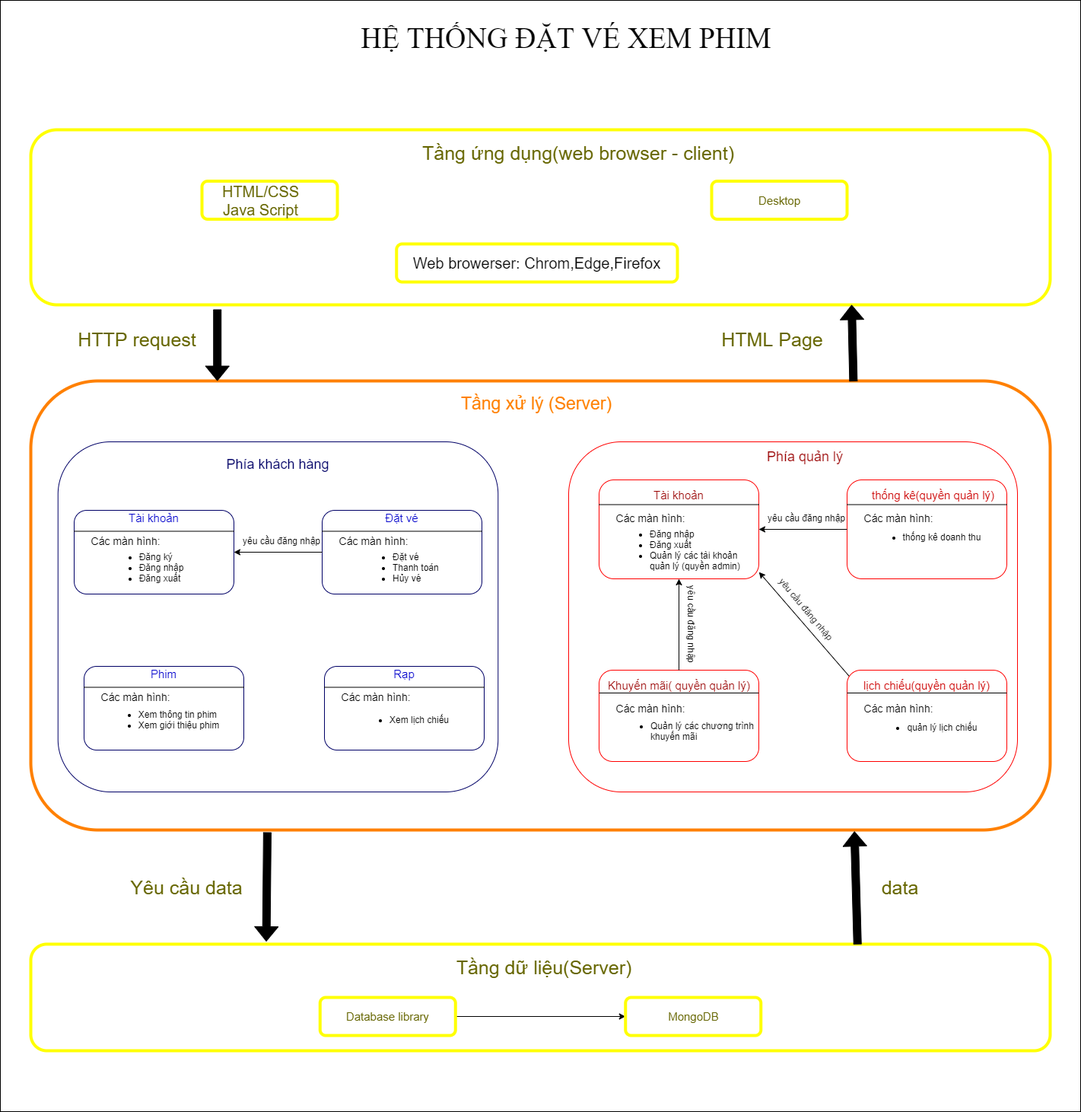
baolongnguyenmac/CinemaManagementSystem keeps this draw.io diagram as Report2_System_Design/image/4.1.png. Above is the earlier version. Source tidied: cells renumbered, new cells last; positions are measured from the earlier drawing's top-left corner, leaving out a move shared by most shapes.
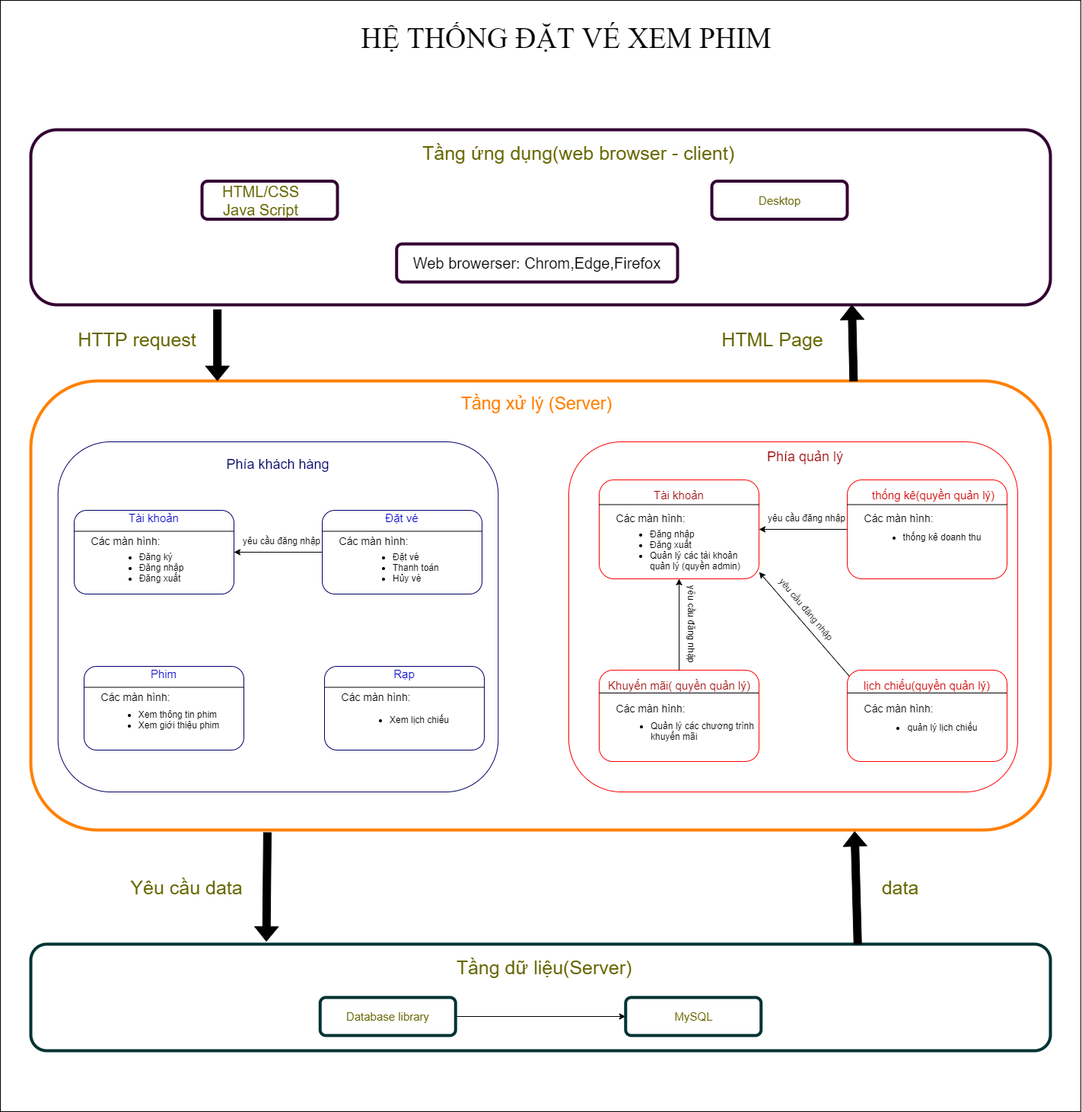
After the commit.

What changed in the source:
```diff
@@ -176,7 +176,7 @@
     <mxCell id="58" value="yêu cầu đăng nhập" style="text;html=1;strokeColor=none;fillColor=none;align=center;verticalAlign=middle;whiteSpace=wrap;rounded=0;shadow=0;rotation=50;" parent="1" vertex="1">
       <mxGeometry x="1007" y="790" width="106" height="20" as="geometry" />
     </mxCell>
-    <mxCell id="59" style="rounded=1;whiteSpace=wrap;html=1;fillColor=none;strokeColor=#FFFF00;strokeWidth=4;" parent="1" vertex="1">
+    <mxCell id="59" style="rounded=1;whiteSpace=wrap;html=1;fillColor=none;strokeWidth=4;strokeColor=#003333;" parent="1" vertex="1">
       <mxGeometry x="40" y="1240" width="1340" height="140" as="geometry" />
     </mxCell>
     <mxCell id="60" value="&lt;font style=&quot;font-size: 25px&quot; color=&quot;#666600&quot;&gt;Tầng dữ liệu(Server)&lt;/font&gt;" style="text;html=1;strokeColor=none;fillColor=none;align=center;verticalAlign=middle;whiteSpace=wrap;rounded=0;" parent="1" vertex="1">
@@ -188,16 +188,16 @@
     <mxCell id="62" style="edgeStyle=orthogonalEdgeStyle;rounded=0;jettySize=auto;html=1;exitX=1;exitY=0.5;exitDx=0;exitDy=0;entryX=0;entryY=0.5;entryDx=0;entryDy=0;" parent="1" edge="1" source="63" target="65">
       <mxGeometry relative="1" as="geometry" />
     </mxCell>
-    <mxCell id="63" style="rounded=1;whiteSpace=wrap;html=1;shadow=0;strokeColor=#FFFF00;strokeWidth=4;" parent="1" vertex="1">
+    <mxCell id="63" style="rounded=1;whiteSpace=wrap;html=1;shadow=0;strokeWidth=4;strokeColor=#003333;" parent="1" vertex="1">
       <mxGeometry x="420.2" y="1310" width="178" height="50" as="geometry" />
     </mxCell>
     <mxCell id="64" value="&lt;font style=&quot;font-size: 15px&quot; color=&quot;#666600&quot;&gt;Database library&lt;/font&gt;" style="text;html=1;strokeColor=none;fillColor=none;align=center;verticalAlign=middle;whiteSpace=wrap;rounded=0;" parent="1" vertex="1">
       <mxGeometry x="438.2" y="1322.5" width="143" height="25" as="geometry" />
     </mxCell>
-    <mxCell id="65" style="rounded=1;whiteSpace=wrap;html=1;shadow=0;strokeColor=#FFFF00;strokeWidth=4;" parent="1" vertex="1">
+    <mxCell id="65" style="rounded=1;whiteSpace=wrap;html=1;shadow=0;strokeWidth=4;strokeColor=#003333;" parent="1" vertex="1">
       <mxGeometry x="821.8" y="1310" width="178" height="50" as="geometry" />
     </mxCell>
-    <mxCell id="66" value="&lt;font style=&quot;font-size: 15px&quot; color=&quot;#666600&quot;&gt;MongoDB&lt;/font&gt;" style="text;html=1;strokeColor=none;fillColor=none;align=center;verticalAlign=middle;whiteSpace=wrap;rounded=0;" parent="1" vertex="1">
+    <mxCell id="66" value="&lt;font style=&quot;font-size: 15px&quot; color=&quot;#666600&quot;&gt;MySQL&lt;/font&gt;" style="text;html=1;strokeColor=none;fillColor=none;align=center;verticalAlign=middle;whiteSpace=wrap;rounded=0;" parent="1" vertex="1">
       <mxGeometry x="839.8" y="1322.5" width="143" height="25" as="geometry" />
     </mxCell>
     <mxCell id="67" style="shape=flexArrow;endArrow=classic;html=1;exitX=0.232;exitY=1.005;exitDx=0;exitDy=0;entryX=0.231;entryY=-0.025;entryDx=0;entryDy=0;entryPerimeter=0;fillColor=#000000;exitPerimeter=0;" parent="1" edge="1" source="4" target="59">
@@ -212,25 +212,25 @@
     <mxCell id="70" value="&lt;font color=&quot;#666600&quot;&gt;&lt;span style=&quot;font-size: 25px&quot;&gt;data&lt;/span&gt;&lt;/font&gt;" style="text;html=1;strokeColor=none;fillColor=none;align=center;verticalAlign=middle;whiteSpace=wrap;rounded=0;" parent="1" vertex="1">
       <mxGeometry x="1088" y="1150" width="190" height="30" as="geometry" />
     </mxCell>
-    <mxCell id="71" style="rounded=1;whiteSpace=wrap;html=1;fillColor=none;strokeColor=#FFFF00;strokeWidth=4;" parent="1" vertex="1">
+    <mxCell id="71" style="rounded=1;whiteSpace=wrap;html=1;fillColor=none;strokeWidth=4;strokeColor=#330033;" parent="1" vertex="1">
       <mxGeometry x="40" y="170" width="1340" height="230" as="geometry" />
     </mxCell>
     <mxCell id="72" value="&lt;font style=&quot;font-size: 25px&quot; color=&quot;#666600&quot;&gt;Tầng ứng dụng(web browser - client)&lt;/font&gt;" style="text;html=1;strokeColor=none;fillColor=none;align=center;verticalAlign=middle;whiteSpace=wrap;rounded=0;" parent="1" vertex="1">
       <mxGeometry x="540" y="190" width="440" height="20" as="geometry" />
     </mxCell>
-    <mxCell id="73" style="rounded=1;whiteSpace=wrap;html=1;shadow=0;strokeColor=#FFFF00;strokeWidth=4;" parent="1" vertex="1">
+    <mxCell id="73" style="rounded=1;whiteSpace=wrap;html=1;shadow=0;strokeWidth=4;strokeColor=#330033;" parent="1" vertex="1">
       <mxGeometry x="265" y="237.5" width="178" height="50" as="geometry" />
     </mxCell>
     <mxCell id="74" value="&lt;font style=&quot;font-size: 20px&quot; color=&quot;#666600&quot;&gt;HTML/CSS&lt;br&gt;Java Script&lt;br&gt;&lt;/font&gt;" style="text;html=1;strokeColor=none;fillColor=none;align=center;verticalAlign=middle;whiteSpace=wrap;rounded=0;" parent="1" vertex="1">
       <mxGeometry x="270.8" y="250" width="143" height="25" as="geometry" />
     </mxCell>
-    <mxCell id="75" style="rounded=1;whiteSpace=wrap;html=1;shadow=0;strokeColor=#FFFF00;strokeWidth=4;" parent="1" vertex="1">
+    <mxCell id="75" style="rounded=1;whiteSpace=wrap;html=1;shadow=0;strokeWidth=4;strokeColor=#330033;" parent="1" vertex="1">
       <mxGeometry x="935" y="237.5" width="178" height="50" as="geometry" />
     </mxCell>
     <mxCell id="76" value="&lt;font style=&quot;font-size: 15px&quot; color=&quot;#666600&quot;&gt;Desktop&lt;/font&gt;" style="text;html=1;strokeColor=none;fillColor=none;align=center;verticalAlign=middle;whiteSpace=wrap;rounded=0;" parent="1" vertex="1">
       <mxGeometry x="953" y="250" width="143" height="25" as="geometry" />
     </mxCell>
-    <mxCell id="77" value="&lt;font style=&quot;font-size: 20px&quot;&gt;Web browerser: Chrom,Edge,Firefox&lt;/font&gt;" style="rounded=1;whiteSpace=wrap;html=1;shadow=0;strokeColor=#FFFF00;strokeWidth=4;" parent="1" vertex="1">
+    <mxCell id="77" value="&lt;font style=&quot;font-size: 20px&quot;&gt;Web browerser: Chrom,Edge,Firefox&lt;/font&gt;" style="rounded=1;whiteSpace=wrap;html=1;shadow=0;strokeWidth=4;strokeColor=#330033;" parent="1" vertex="1">
       <mxGeometry x="520.8" y="320" width="369.2" height="50" as="geometry" />
     </mxCell>
     <mxCell id="78" style="shape=flexArrow;endArrow=classic;html=1;fillColor=#000000;exitX=0.183;exitY=1.026;exitDx=0;exitDy=0;exitPerimeter=0;entryX=0.183;entryY=0;entryDx=0;entryDy=0;entryPerimeter=0;" parent="1" edge="1" source="71" target="4">
```
